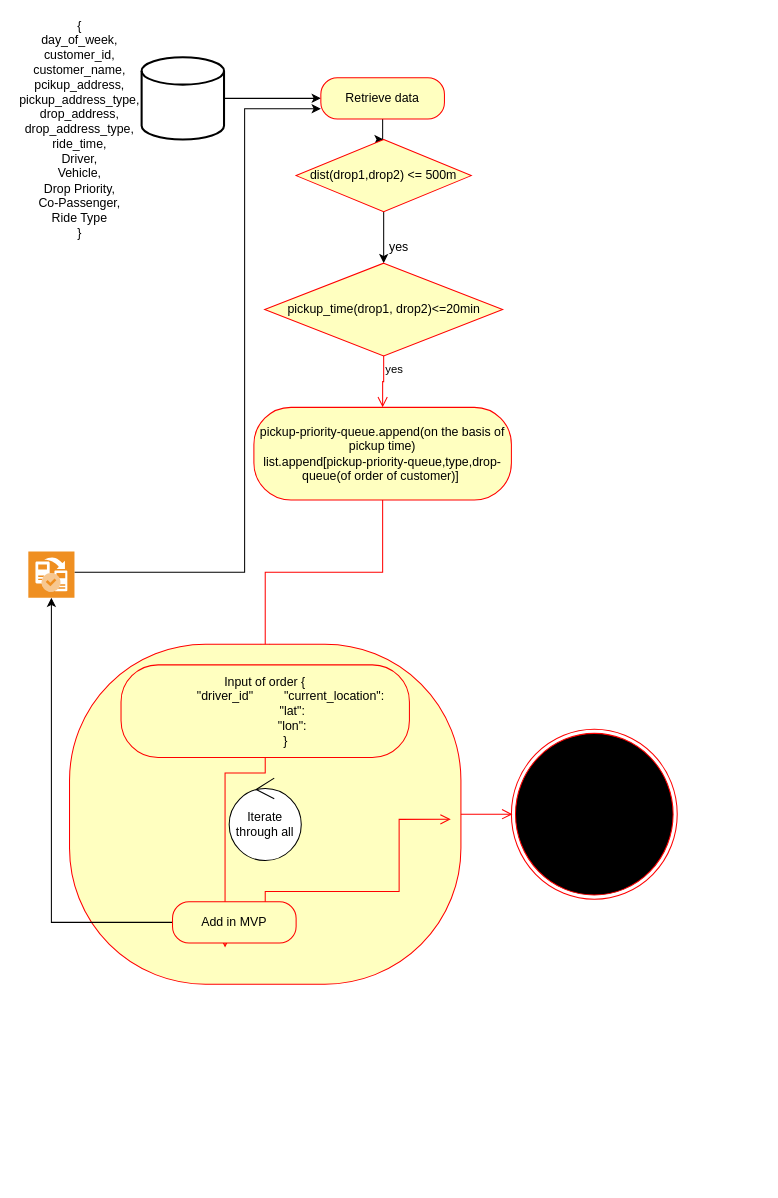
Earlier version of the draw.io diagram Designs/Result48.drawio (My-PickUp/Backend-Designs). Source tidied: cells renumbered, new cells numbered last; positions are measured from the earlier drawing's top-left corner, leaving out a move shared by most shapes. Both pictures are drawn from the tidied source at 103%, with x=0, y=0 at pixel (18, 57).
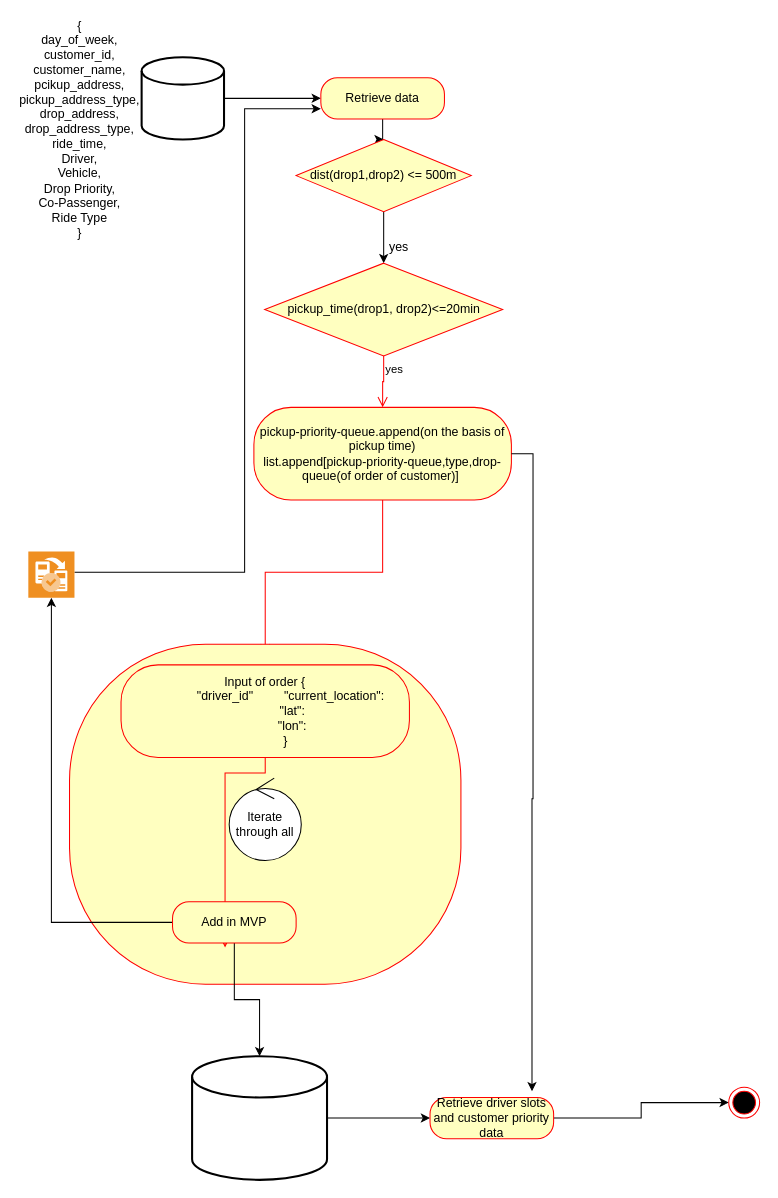
Above is the later version.

The change refers to these unchanged cells:
```xml
<mxCell id="12" value="pickup-priority-queue.append(on the basis of pickup time)&lt;br&gt;list.append[pickup-priority-queue,type,drop-queue(of order of customer)]&amp;nbsp;" style="rounded=1;whiteSpace=wrap;html=1;arcSize=40;fontColor=#000000;fillColor=#ffffc0;strokeColor=#ff0000;" parent="1" vertex="1">
  <mxGeometry x="229" y="340" width="250" height="90" as="geometry" />
</mxCell>
<mxCell id="14" value="Activity" style="rounded=1;whiteSpace=wrap;html=1;arcSize=40;fontColor=#000000;fillColor=#ffffc0;strokeColor=#ff0000;" parent="1" vertex="1">
  <mxGeometry x="50" y="570" width="380" height="330" as="geometry" />
</mxCell>
<mxCell id="20" value="Add in MVP" style="rounded=1;whiteSpace=wrap;html=1;arcSize=40;fontColor=#000000;fillColor=#ffffc0;strokeColor=#ff0000;" parent="1" vertex="1">
  <mxGeometry x="150" y="820" width="120" height="40" as="geometry" />
</mxCell>
```

Change to the diagram source:
```diff
@@
-    <mxCell id="15" style="edgeStyle=orthogonalEdgeStyle;html=1;verticalAlign=bottom;endArrow=open;endSize=8;strokeColor=#ff0000;rounded=0;" parent="1" edge="1" source="14">
-      <mxGeometry relative="1" as="geometry">
-        <mxPoint x="480" y="735" as="targetPoint" />
-      </mxGeometry>
-    </mxCell>
@@
+    <mxCell id="25" style="edgeStyle=orthogonalEdgeStyle;rounded=0;jettySize=auto;html=1;" parent="1" edge="1" source="20" target="27">
+      <mxGeometry relative="1" as="geometry" />
+    </mxCell>
@@
-    <mxCell id="21" style="edgeStyle=orthogonalEdgeStyle;html=1;verticalAlign=bottom;endArrow=open;endSize=8;strokeColor=#ff0000;rounded=0;entryX=0.974;entryY=0.515;entryDx=0;entryDy=0;entryPerimeter=0;" parent="1" edge="1" source="20" target="14">
-      <mxGeometry relative="1" as="geometry">
-        <Array as="points">
-          <mxPoint x="240" y="810" />
-          <mxPoint x="370" y="810" />
-          <mxPoint x="370" y="740" />
-        </Array>
-      </mxGeometry>
-    </mxCell>
@@
-    <mxCell id="24" style="ellipse;html=1;shape=endState;fillColor=#000000;strokeColor=#ff0000;" parent="1" vertex="1">
-      <mxGeometry x="479" y="652.5" width="161" height="165" as="geometry" />
-    </mxCell>
+    <mxCell id="26" style="edgeStyle=orthogonalEdgeStyle;rounded=0;jettySize=auto;html=1;entryX=0;entryY=0.5;entryDx=0;entryDy=0;" parent="1" edge="1" source="27" target="29">
+      <mxGeometry relative="1" as="geometry" />
+    </mxCell>
+    <mxCell id="27" style="strokeWidth=2;html=1;shape=mxgraph.flowchart.database;whiteSpace=wrap;" parent="1" vertex="1">
+      <mxGeometry x="169" y="970" width="131" height="120" as="geometry" />
+    </mxCell>
+    <mxCell id="28" style="edgeStyle=orthogonalEdgeStyle;rounded=0;jettySize=auto;html=1;entryX=0;entryY=0.5;entryDx=0;entryDy=0;" parent="1" edge="1" source="29" target="31">
+      <mxGeometry relative="1" as="geometry" />
+    </mxCell>
+    <mxCell id="29" value="Retrieve driver slots and customer priority data" style="rounded=1;whiteSpace=wrap;html=1;arcSize=40;fontColor=#000000;fillColor=#ffffc0;strokeColor=#ff0000;" parent="1" vertex="1">
+      <mxGeometry x="400" y="1010" width="120" height="40" as="geometry" />
+    </mxCell>
+    <mxCell id="30" style="edgeStyle=orthogonalEdgeStyle;rounded=0;jettySize=auto;html=1;entryX=0.825;entryY=-0.15;entryDx=0;entryDy=0;entryPerimeter=0;" parent="1" edge="1" source="12" target="29">
+      <mxGeometry relative="1" as="geometry">
+        <Array as="points">
+          <mxPoint x="500" y="385" />
+          <mxPoint x="500" y="720" />
+          <mxPoint x="499" y="720" />
+        </Array>
+      </mxGeometry>
+    </mxCell>
+    <mxCell id="31" style="ellipse;html=1;shape=endState;fillColor=#000000;strokeColor=#ff0000;" parent="1" vertex="1">
+      <mxGeometry x="690" y="1000" width="30" height="30" as="geometry" />
+    </mxCell>
```
